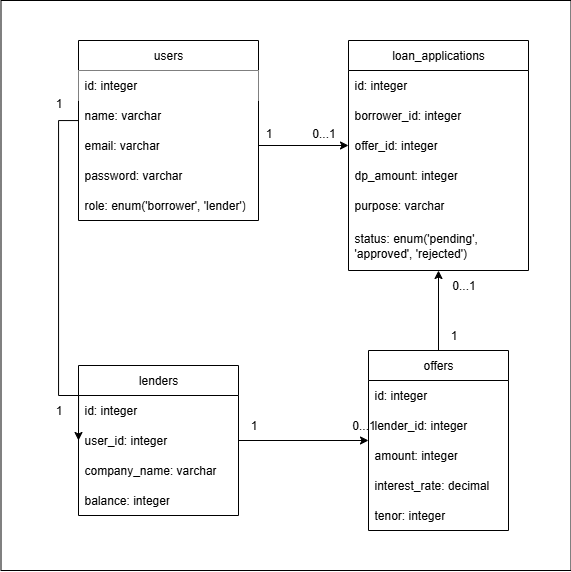
The draw.io diagram docs/ERD.png in nafbeckh/loan-marketplace, before a commit. Source tidied: cells renumbered, new cells last; positions are measured from the earlier drawing's top-left corner, leaving out a move shared by most shapes.
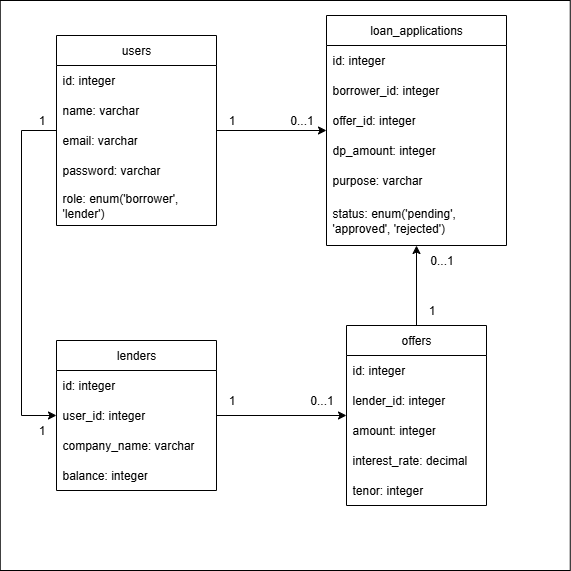
Later version of the same file.

Change to the diagram source:
```diff
@@ -2,39 +2,13 @@
   <root>
     <mxCell id="0" />
     <mxCell id="1" parent="0" />
-    <mxCell id="2" style="rounded=0;whiteSpace=wrap;html=1;" parent="1" vertex="1">
+    <mxCell id="2" style="rounded=0;whiteSpace=wrap;html=1;fillColor=default;" parent="1" vertex="1">
       <mxGeometry x="-0.5" width="570" height="570" as="geometry" />
     </mxCell>
-    <mxCell id="3" style="group;" parent="1" vertex="1">
-      <mxGeometry x="42" y="40" width="485" height="490" as="geometry" />
-    </mxCell>
-    <mxCell id="4" style="edgeStyle=orthogonalEdgeStyle;rounded=0;jettySize=auto;html=1;entryX=0;entryY=0.5;entryDx=0;entryDy=0;" parent="3" edge="1" source="5" target="28">
-      <mxGeometry relative="1" as="geometry">
-        <Array as="points">
-          <mxPoint x="15" y="80" />
-          <mxPoint x="15" y="355" />
-        </Array>
-      </mxGeometry>
-    </mxCell>
-    <mxCell id="5" value="users" style="swimlane;fontStyle=0;horizontal=1;startSize=30;whiteSpace=wrap;html=1;gradientColor=none;fillColor=none;" parent="3" vertex="1">
-      <mxGeometry x="35" width="180" height="180" as="geometry" />
-    </mxCell>
-    <mxCell id="6" value="id: integer" style="text;strokeColor=none;fillColor=default;align=left;verticalAlign=middle;spacingLeft=4;spacingRight=4;overflow=hidden;whiteSpace=wrap;html=1;" parent="5" vertex="1">
-      <mxGeometry y="30" width="180" height="30" as="geometry" />
-    </mxCell>
-    <mxCell id="7" value="name: varchar" style="text;strokeColor=none;fillColor=none;align=left;verticalAlign=middle;spacingLeft=4;spacingRight=4;overflow=hidden;whiteSpace=wrap;html=1;" parent="5" vertex="1">
-      <mxGeometry y="60" width="180" height="30" as="geometry" />
-    </mxCell>
-    <mxCell id="8" value="email: varchar" style="text;strokeColor=none;fillColor=none;align=left;verticalAlign=middle;spacingLeft=4;spacingRight=4;overflow=hidden;points=[[0,0.5],[1,0.5]];portConstraint=eastwest;whiteSpace=wrap;html=1;" parent="5" vertex="1">
-      <mxGeometry y="90" width="180" height="30" as="geometry" />
-    </mxCell>
-    <mxCell id="9" value="password: varchar" style="text;strokeColor=none;fillColor=none;align=left;verticalAlign=middle;spacingLeft=4;spacingRight=4;overflow=hidden;whiteSpace=wrap;html=1;" parent="5" vertex="1">
-      <mxGeometry y="120" width="180" height="30" as="geometry" />
-    </mxCell>
-    <mxCell id="10" value="role: enum('borrower', 'lender')" style="text;strokeColor=none;fillColor=none;align=left;verticalAlign=middle;spacingLeft=4;spacingRight=4;overflow=hidden;whiteSpace=wrap;html=1;" parent="5" vertex="1">
-      <mxGeometry y="150" width="180" height="30" as="geometry" />
-    </mxCell>
+    <mxCell id="40" style="group;" parent="1" vertex="1">
+      <mxGeometry x="20.7" y="15" width="527.5" height="540" as="geometry" />
+    </mxCell>
-    <mxCell id="11" value="loan_applications" style="swimlane;fontStyle=0;horizontal=1;startSize=30;whiteSpace=wrap;html=1;fillColor=none;" parent="3" vertex="1">
+    <mxCell id="11" value="loan_applications" style="swimlane;fontStyle=0;horizontal=1;startSize=30;whiteSpace=wrap;html=1;fillColor=none;" parent="40" vertex="1">
       <mxGeometry x="305" width="180" height="230" as="geometry" />
     </mxCell>
     <mxCell id="12" value="id: integer" style="text;strokeColor=none;fillColor=none;align=left;verticalAlign=middle;spacingLeft=4;spacingRight=4;overflow=hidden;whiteSpace=wrap;html=1;" parent="11" vertex="1">
@@ -55,10 +29,10 @@
     <mxCell id="17" value="status: enum('pending', 'approved', 'rejected')" style="text;strokeColor=none;fillColor=none;align=left;verticalAlign=middle;spacingLeft=4;spacingRight=4;overflow=hidden;whiteSpace=wrap;html=1;" parent="11" vertex="1">
       <mxGeometry y="180" width="180" height="50" as="geometry" />
     </mxCell>
-    <mxCell id="18" style="edgeStyle=orthogonalEdgeStyle;rounded=0;jettySize=auto;html=1;" parent="3" edge="1" source="19" target="11">
+    <mxCell id="18" style="edgeStyle=orthogonalEdgeStyle;rounded=0;jettySize=auto;html=1;" parent="40" edge="1" source="19" target="11">
       <mxGeometry relative="1" as="geometry" />
     </mxCell>
-    <mxCell id="19" value="offers" style="swimlane;fontStyle=0;horizontal=1;startSize=30;whiteSpace=wrap;html=1;fillColor=none;" parent="3" vertex="1">
+    <mxCell id="19" value="offers" style="swimlane;fontStyle=0;horizontal=1;startSize=30;whiteSpace=wrap;html=1;fillColor=none;" parent="40" vertex="1">
       <mxGeometry x="325" y="310" width="140" height="180" as="geometry" />
     </mxCell>
     <mxCell id="20" value="id: integer" style="text;strokeColor=none;fillColor=none;align=left;verticalAlign=middle;spacingLeft=4;spacingRight=4;overflow=hidden;whiteSpace=wrap;html=1;" parent="19" vertex="1">
@@ -76,15 +50,15 @@
     <mxCell id="24" value="tenor: integer" style="text;strokeColor=none;fillColor=none;align=left;verticalAlign=middle;spacingLeft=4;spacingRight=4;overflow=hidden;whiteSpace=wrap;html=1;" parent="19" vertex="1">
       <mxGeometry y="150" width="140" height="30" as="geometry" />
     </mxCell>
-    <mxCell id="25" style="edgeStyle=orthogonalEdgeStyle;rounded=0;jettySize=auto;html=1;" parent="3" edge="1" source="26" target="19">
+    <mxCell id="25" style="edgeStyle=orthogonalEdgeStyle;rounded=0;jettySize=auto;html=1;" parent="40" edge="1" source="26" target="19">
       <mxGeometry relative="1" as="geometry" />
     </mxCell>
-    <mxCell id="26" value="lenders" style="swimlane;fontStyle=0;horizontal=1;startSize=30;whiteSpace=wrap;html=1;fillColor=none;" parent="3" vertex="1">
+    <mxCell id="26" value="lenders" style="swimlane;fontStyle=0;horizontal=1;startSize=30;whiteSpace=wrap;html=1;fillColor=none;" parent="40" vertex="1">
       <mxGeometry x="35" y="325" width="160" height="150" as="geometry" />
     </mxCell>
-    <mxCell id="27" value="id: integer" style="text;strokeColor=none;fillColor=none;align=left;verticalAlign=middle;spacingLeft=4;spacingRight=4;overflow=hidden;whiteSpace=wrap;html=1;" parent="26" vertex="1">
-      <mxGeometry y="30" width="160" height="30" as="geometry" />
-    </mxCell>
+    <mxCell id="41" value="id: integer" style="text;strokeColor=none;fillColor=none;align=left;verticalAlign=middle;spacingLeft=4;spacingRight=4;overflow=hidden;whiteSpace=wrap;html=1;" parent="26" vertex="1">
+      <mxGeometry y="30" width="160" height="30" as="geometry" />
+    </mxCell>
     <mxCell id="28" value="user_id: integer" style="text;strokeColor=none;fillColor=none;align=left;verticalAlign=middle;spacingLeft=4;spacingRight=4;overflow=hidden;points=[[0,0.5],[1,0.5]];portConstraint=eastwest;whiteSpace=wrap;html=1;" parent="26" vertex="1">
       <mxGeometry y="60" width="160" height="30" as="geometry" />
     </mxCell>
@@ -94,32 +68,58 @@
     <mxCell id="30" value="balance: integer" style="text;strokeColor=none;fillColor=none;align=left;verticalAlign=middle;spacingLeft=4;spacingRight=4;overflow=hidden;whiteSpace=wrap;html=1;" parent="26" vertex="1">
       <mxGeometry y="120" width="160" height="30" as="geometry" />
     </mxCell>
-    <mxCell id="31" style="edgeStyle=orthogonalEdgeStyle;rounded=0;jettySize=auto;html=1;entryX=0;entryY=0.5;entryDx=0;entryDy=0;" parent="3" edge="1" source="8" target="14">
-      <mxGeometry relative="1" as="geometry" />
-    </mxCell>
-    <mxCell id="32" value="1" style="text;html=1;align=center;verticalAlign=middle;strokeColor=none;fillColor=none;" parent="3" vertex="1">
-      <mxGeometry x="210" y="78" width="30" height="30" as="geometry" />
-    </mxCell>
-    <mxCell id="33" value="0...1" style="text;html=1;align=center;verticalAlign=middle;strokeColor=none;fillColor=none;" parent="3" vertex="1">
-      <mxGeometry x="255" y="78" width="50" height="30" as="geometry" />
-    </mxCell>
-    <mxCell id="34" value="1" style="text;html=1;align=center;verticalAlign=middle;strokeColor=none;fillColor=none;" parent="3" vertex="1">
-      <mxGeometry y="48" width="30" height="30" as="geometry" />
-    </mxCell>
-    <mxCell id="35" value="1" style="text;html=1;align=center;verticalAlign=middle;strokeColor=none;fillColor=none;" parent="3" vertex="1">
-      <mxGeometry y="355" width="30" height="30" as="geometry" />
-    </mxCell>
+    <mxCell id="42" value="1" style="text;html=1;align=center;verticalAlign=middle;strokeColor=none;fillColor=none;" parent="40" vertex="1">
+      <mxGeometry x="195" y="90" width="30" height="30" as="geometry" />
+    </mxCell>
+    <mxCell id="43" value="0...1" style="text;html=1;align=center;verticalAlign=middle;strokeColor=none;fillColor=none;" parent="40" vertex="1">
+      <mxGeometry x="255" y="90" width="50" height="30" as="geometry" />
+    </mxCell>
+    <mxCell id="44" value="1" style="text;html=1;align=center;verticalAlign=middle;strokeColor=none;fillColor=none;" parent="40" vertex="1">
+      <mxGeometry x="5" y="90" width="30" height="30" as="geometry" />
+    </mxCell>
+    <mxCell id="45" value="1" style="text;html=1;align=center;verticalAlign=middle;strokeColor=none;fillColor=none;" parent="40" vertex="1">
+      <mxGeometry x="5" y="400" width="30" height="30" as="geometry" />
+    </mxCell>
-    <mxCell id="36" value="1" style="text;html=1;align=center;verticalAlign=middle;strokeColor=none;fillColor=none;" parent="3" vertex="1">
+    <mxCell id="36" value="1" style="text;html=1;align=center;verticalAlign=middle;strokeColor=none;fillColor=none;" parent="40" vertex="1">
       <mxGeometry x="195" y="370" width="30" height="30" as="geometry" />
     </mxCell>
-    <mxCell id="37" value="0...1" style="text;html=1;align=center;verticalAlign=middle;strokeColor=none;fillColor=none;" parent="3" vertex="1">
-      <mxGeometry x="295" y="370" width="50" height="30" as="geometry" />
-    </mxCell>
+    <mxCell id="46" value="0...1" style="text;html=1;align=center;verticalAlign=middle;strokeColor=none;fillColor=none;" parent="40" vertex="1">
+      <mxGeometry x="275" y="370" width="50" height="30" as="geometry" />
+    </mxCell>
-    <mxCell id="38" value="1" style="text;html=1;align=center;verticalAlign=middle;strokeColor=none;fillColor=none;" parent="3" vertex="1">
+    <mxCell id="38" value="1" style="text;html=1;align=center;verticalAlign=middle;strokeColor=none;fillColor=none;" parent="40" vertex="1">
       <mxGeometry x="395" y="280" width="30" height="30" as="geometry" />
     </mxCell>
-    <mxCell id="39" value="0...1" style="text;html=1;align=center;verticalAlign=middle;strokeColor=none;fillColor=none;" parent="3" vertex="1">
+    <mxCell id="39" value="0...1" style="text;html=1;align=center;verticalAlign=middle;strokeColor=none;fillColor=none;" parent="40" vertex="1">
       <mxGeometry x="395" y="230" width="50" height="30" as="geometry" />
     </mxCell>
+    <mxCell id="47" style="edgeStyle=orthogonalEdgeStyle;rounded=0;jettySize=auto;html=1;" parent="40" edge="1" source="5" target="26">
+      <mxGeometry relative="1" as="geometry">
+        <Array as="points">
+          <mxPoint y="115" />
+          <mxPoint y="400" />
+        </Array>
+      </mxGeometry>
+    </mxCell>
+    <mxCell id="48" style="edgeStyle=orthogonalEdgeStyle;rounded=0;jettySize=auto;html=1;" parent="40" edge="1" source="5" target="11">
+      <mxGeometry relative="1" as="geometry" />
+    </mxCell>
+    <mxCell id="5" value="users" style="swimlane;fontStyle=0;horizontal=1;startSize=30;whiteSpace=wrap;html=1;fillColor=none;" parent="40" vertex="1">
+      <mxGeometry x="35" y="20" width="160" height="190" as="geometry" />
+    </mxCell>
+    <mxCell id="49" value="id: integer" style="text;strokeColor=none;fillColor=none;align=left;verticalAlign=middle;spacingLeft=4;spacingRight=4;overflow=hidden;whiteSpace=wrap;html=1;" parent="5" vertex="1">
+      <mxGeometry y="30" width="160" height="30" as="geometry" />
+    </mxCell>
+    <mxCell id="7" value="name: varchar" style="text;strokeColor=none;fillColor=none;align=left;verticalAlign=middle;spacingLeft=4;spacingRight=4;overflow=hidden;whiteSpace=wrap;html=1;" parent="5" vertex="1">
+      <mxGeometry y="60" width="160" height="30" as="geometry" />
+    </mxCell>
+    <mxCell id="8" value="email: varchar" style="text;strokeColor=none;fillColor=none;align=left;verticalAlign=middle;spacingLeft=4;spacingRight=4;overflow=hidden;points=[[0,0.5],[1,0.5]];portConstraint=eastwest;whiteSpace=wrap;html=1;" parent="5" vertex="1">
+      <mxGeometry y="90" width="160" height="30" as="geometry" />
+    </mxCell>
+    <mxCell id="9" value="password: varchar" style="text;strokeColor=none;fillColor=none;align=left;verticalAlign=middle;spacingLeft=4;spacingRight=4;overflow=hidden;whiteSpace=wrap;html=1;" parent="5" vertex="1">
+      <mxGeometry y="120" width="160" height="30" as="geometry" />
+    </mxCell>
+    <mxCell id="10" value="role: enum('borrower', 'lender')" style="text;strokeColor=none;fillColor=none;align=left;verticalAlign=middle;spacingLeft=4;spacingRight=4;overflow=hidden;whiteSpace=wrap;html=1;" parent="5" vertex="1">
+      <mxGeometry y="150" width="160" height="40" as="geometry" />
+    </mxCell>
   </root>
 </mxGraphModel>
```
